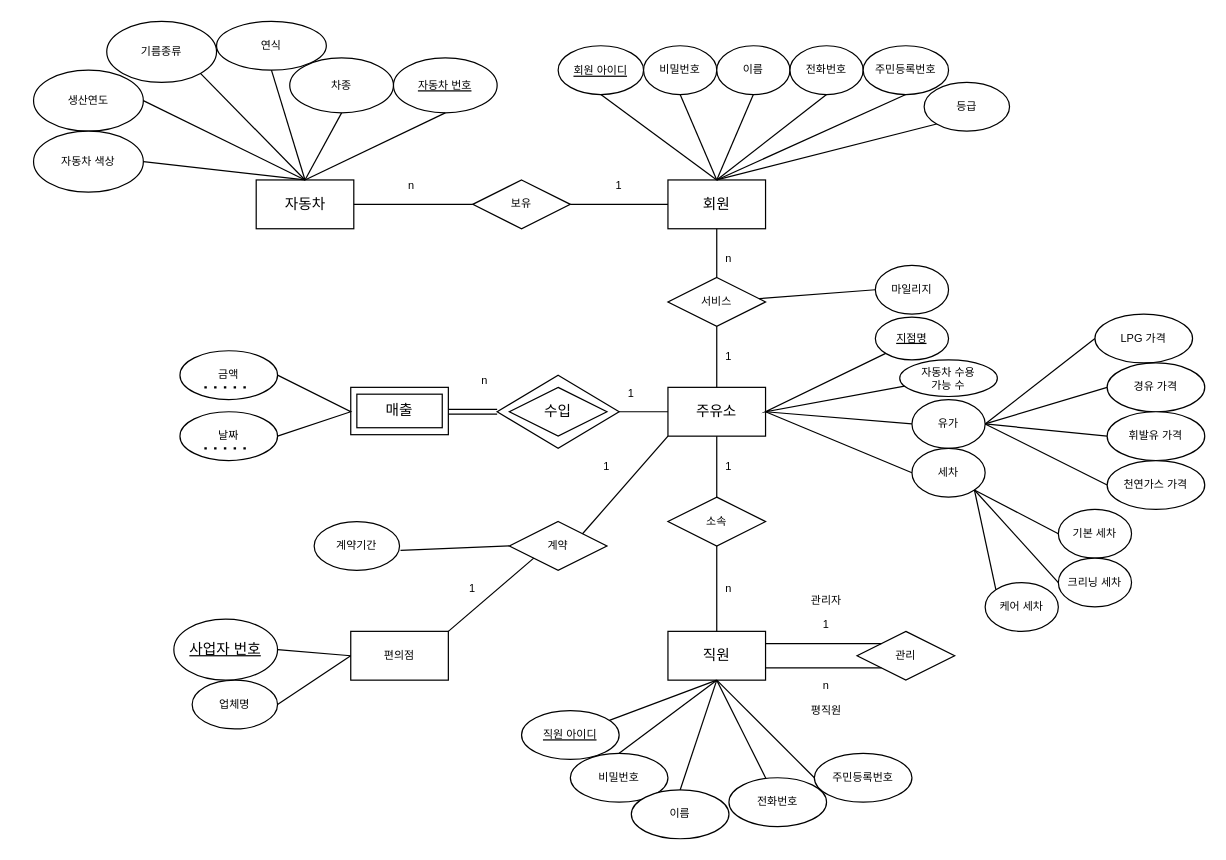
Before: Untitled Diagram.drawio in junki1912/DataBase_base, a draw.io diagram. Source tidied: cells renumbered, new cells numbered last; positions are measured from the earlier drawing's top-left corner, leaving out a move shared by most shapes. Both pictures are drawn from the tidied source at 122%, with x=0, y=0 at pixel (33, 21).
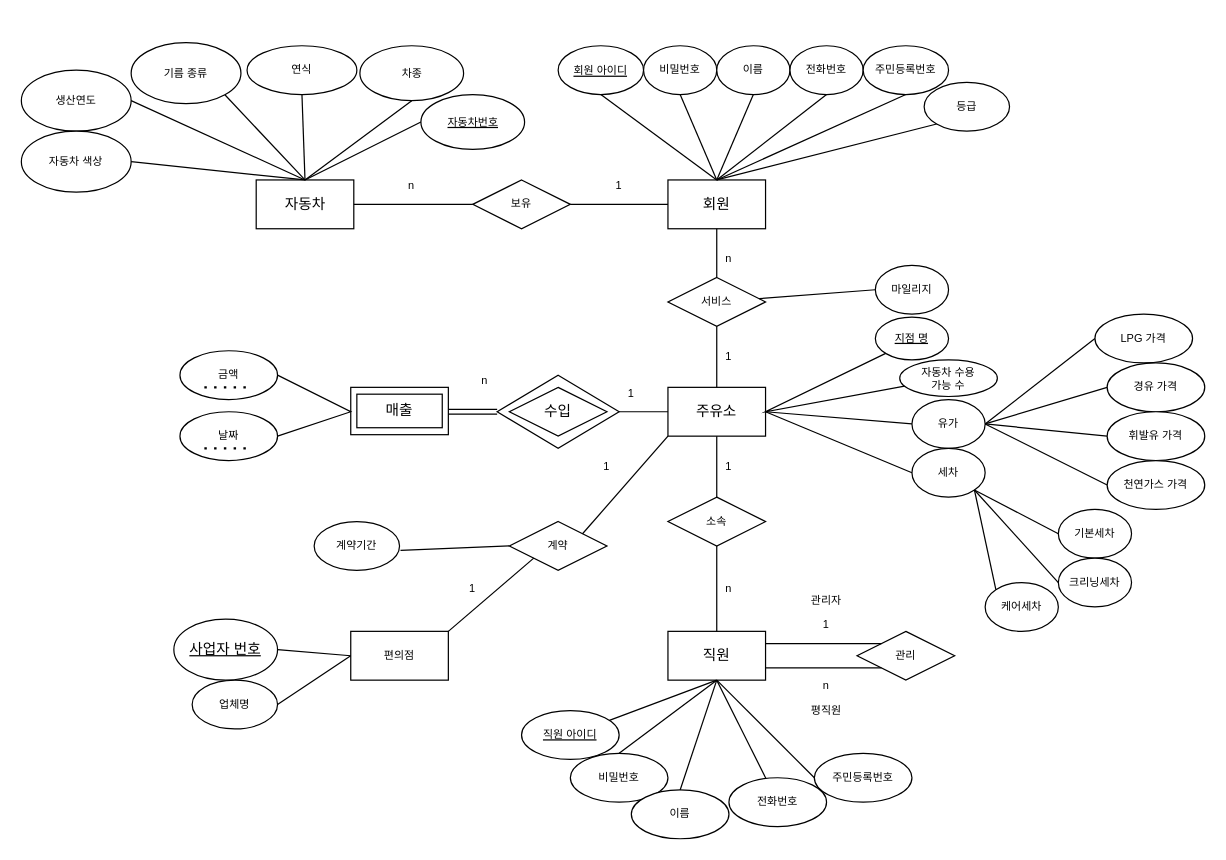
After the change.

Commit message:
GAS_STATION_ERD

Unchanged cells that the change refers to:
```xml
<mxCell id="92" value="자동차" style="rounded=0;whiteSpace=wrap;html=1;" parent="1" vertex="1">
  <mxGeometry x="182.5" y="130" width="80" height="40" as="geometry" />
</mxCell>
```

The edit, as a diff of the source:
```diff
@@
-    <mxCell id="31" value="&lt;u&gt;지점명&lt;/u&gt;" style="ellipse;whiteSpace=wrap;html=1;fontSize=9;" parent="1" vertex="1">
+    <mxCell id="31" value="&lt;u&gt;지점 명&lt;/u&gt;" style="ellipse;whiteSpace=wrap;html=1;fontSize=9;" parent="1" vertex="1">
       <mxGeometry x="690" y="242.5" width="60" height="35" as="geometry" />
     </mxCell>
@@
-    <mxCell id="59" value="기본 세차" style="ellipse;whiteSpace=wrap;html=1;fontSize=9;" parent="1" vertex="1">
+    <mxCell id="59" value="기본세차" style="ellipse;whiteSpace=wrap;html=1;fontSize=9;" parent="1" vertex="1">
       <mxGeometry x="840" y="400" width="60" height="40" as="geometry" />
     </mxCell>
-    <mxCell id="60" value="크리닝 세차" style="ellipse;whiteSpace=wrap;html=1;fontSize=9;" parent="1" vertex="1">
+    <mxCell id="60" value="크리닝세차" style="ellipse;whiteSpace=wrap;html=1;fontSize=9;" parent="1" vertex="1">
       <mxGeometry x="840" y="440" width="60" height="40" as="geometry" />
     </mxCell>
-    <mxCell id="61" value="케어 세차" style="ellipse;whiteSpace=wrap;html=1;fontSize=9;" parent="1" vertex="1">
+    <mxCell id="61" value="케어세차" style="ellipse;whiteSpace=wrap;html=1;fontSize=9;" parent="1" vertex="1">
       <mxGeometry x="780" y="460" width="60" height="40" as="geometry" />
     </mxCell>
@@
-    <mxCell id="87" value="&lt;u&gt;자동차 번호&lt;/u&gt;" style="ellipse;whiteSpace=wrap;html=1;fontSize=9;" parent="1" vertex="1">
-      <mxGeometry x="295" y="30" width="85" height="45" as="geometry" />
+    <mxCell id="87" value="&lt;u&gt;자동차번호&lt;/u&gt;" style="ellipse;whiteSpace=wrap;html=1;fontSize=9;" parent="1" vertex="1">
+      <mxGeometry x="317.5" y="60" width="85" height="45" as="geometry" />
     </mxCell>
     <mxCell id="88" value="차종" style="ellipse;whiteSpace=wrap;html=1;fontSize=9;" parent="1" vertex="1">
-      <mxGeometry x="210" y="30" width="85" height="45" as="geometry" />
+      <mxGeometry x="267.5" y="20" width="85" height="45" as="geometry" />
     </mxCell>
     <mxCell id="89" value="연식" style="ellipse;whiteSpace=wrap;html=1;fontSize=9;" parent="1" vertex="1">
-      <mxGeometry x="150" width="90" height="40" as="geometry" />
+      <mxGeometry x="175" y="20" width="90" height="40" as="geometry" />
     </mxCell>
-    <mxCell id="90" value="기름종류" style="ellipse;whiteSpace=wrap;html=1;fontSize=9;" parent="1" vertex="1">
-      <mxGeometry x="60" width="90" height="50" as="geometry" />
+    <mxCell id="90" value="기름 종류" style="ellipse;whiteSpace=wrap;html=1;fontSize=9;" parent="1" vertex="1">
+      <mxGeometry x="80" y="17.5" width="90" height="50" as="geometry" />
     </mxCell>
     <mxCell id="91" value="생산연도" style="ellipse;whiteSpace=wrap;html=1;fontSize=9;" parent="1" vertex="1">
-      <mxGeometry y="40" width="90" height="50" as="geometry" />
+      <mxGeometry x="-10" y="40" width="90" height="50" as="geometry" />
     </mxCell>
@@
     <mxCell id="93" value="자동차 색상" style="ellipse;whiteSpace=wrap;html=1;fontSize=9;" parent="1" vertex="1">
-      <mxGeometry y="90" width="90" height="50" as="geometry" />
+      <mxGeometry x="-10" y="90" width="90" height="50" as="geometry" />
     </mxCell>
@@
-    <mxCell id="103" style="endArrow=none;html=1;rounded=0;exitX=0.5;exitY=1;exitDx=0;exitDy=0;entryX=0.5;entryY=0;entryDx=0;entryDy=0;" parent="1" edge="1" source="87" target="92">
+    <mxCell id="103" style="endArrow=none;html=1;rounded=0;exitX=0;exitY=0.5;exitDx=0;exitDy=0;entryX=0.5;entryY=0;entryDx=0;entryDy=0;" parent="1" edge="1" source="87" target="92">
       <mxGeometry relative="1" as="geometry" />
     </mxCell>
```
